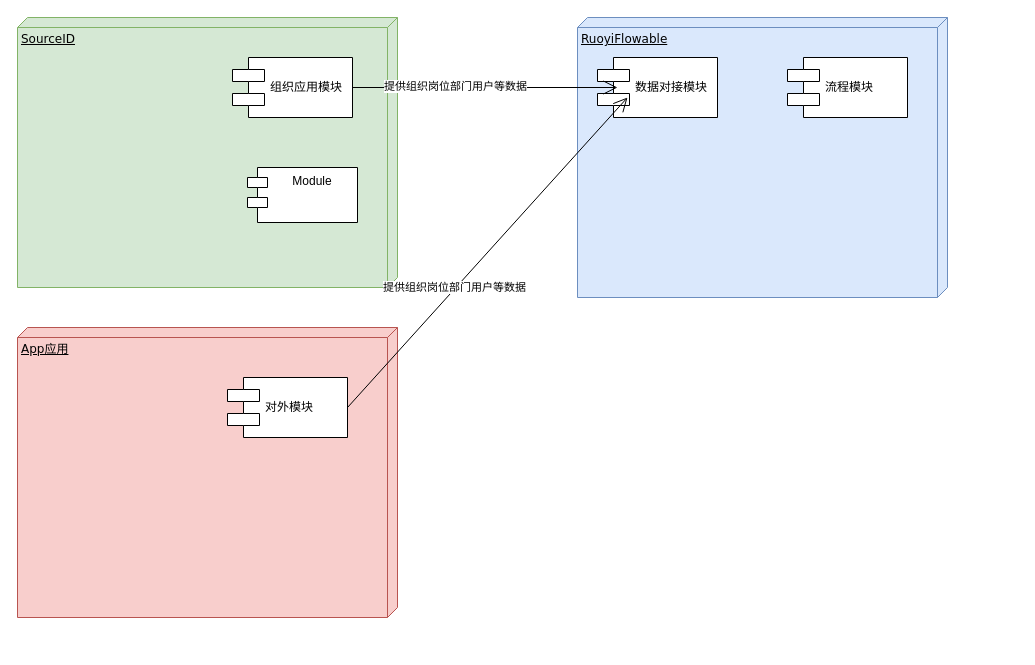
Before: Untitled Diagram.drawio in evilbinary/data, a draw.io diagram. Source tidied: cells renumbered, new cells numbered last; positions are measured from the earlier drawing's top-left corner, leaving out a move shared by most shapes. Both pictures are drawn from the tidied source at 100%, with x=0, y=0 at pixel (17, 17).
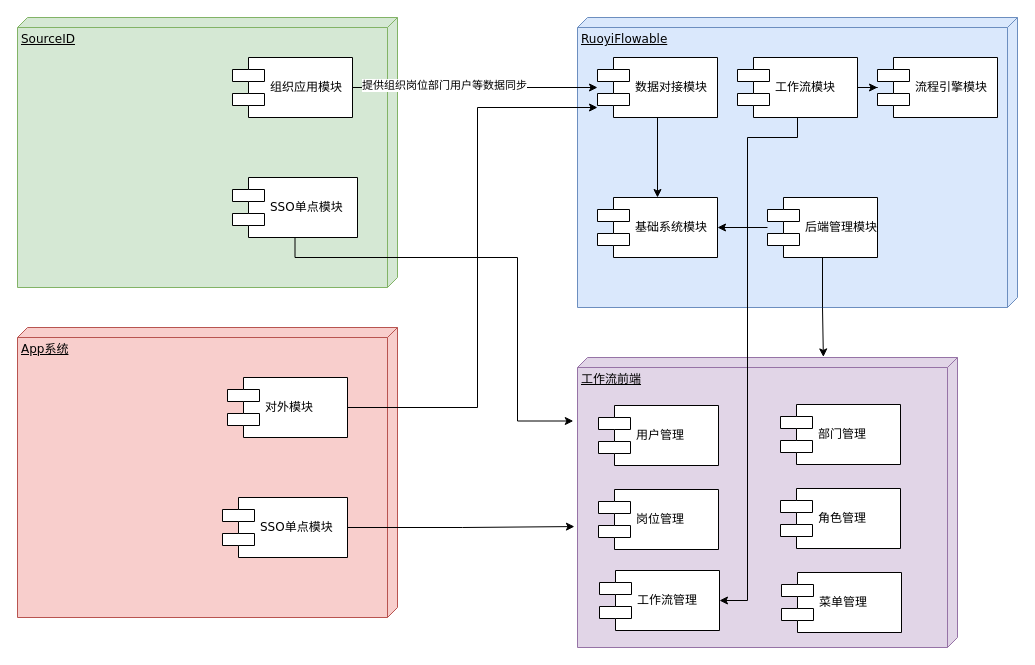
The same page after the edit.

Unchanged cells that the change refers to:
```xml
<mxCell id="5" value="组织应用模块" style="shape=component;align=left;spacingLeft=36;rounded=0;shadow=0;comic=0;labelBackgroundColor=none;strokeWidth=1;fontFamily=Verdana;fontSize=12;html=1;" parent="1" vertex="1">
  <mxGeometry x="215" y="40" width="120" height="60" as="geometry" />
</mxCell>
<mxCell id="7" value="对外模块" style="shape=component;align=left;spacingLeft=36;rounded=0;shadow=0;comic=0;labelBackgroundColor=none;strokeWidth=1;fontFamily=Verdana;fontSize=12;html=1;" parent="1" vertex="1">
  <mxGeometry x="210" y="360" width="120" height="60" as="geometry" />
</mxCell>
<mxCell id="9" value="数据对接模块" style="shape=component;align=left;spacingLeft=36;rounded=0;shadow=0;comic=0;labelBackgroundColor=none;strokeWidth=1;fontFamily=Verdana;fontSize=12;html=1;" parent="1" vertex="1">
  <mxGeometry x="580" y="40" width="120" height="60" as="geometry" />
</mxCell>
```

Diff of the diagram source:
```diff
@@
     <mxCell id="3" value="RuoyiFlowable" style="verticalAlign=top;align=left;spacingTop=8;spacingLeft=2;spacingRight=12;shape=cube;size=10;direction=south;fontStyle=4;html=1;rounded=0;shadow=0;comic=0;labelBackgroundColor=none;strokeWidth=1;fontFamily=Verdana;fontSize=12;fillColor=#dae8fc;strokeColor=#6c8ebf;" parent="1" vertex="1">
-      <mxGeometry x="560" width="370" height="280" as="geometry" />
+      <mxGeometry x="560" width="440" height="290" as="geometry" />
     </mxCell>
-    <mxCell id="4" value="App应用" style="verticalAlign=top;align=left;spacingTop=8;spacingLeft=2;spacingRight=12;shape=cube;size=10;direction=south;fontStyle=4;html=1;rounded=0;shadow=0;comic=0;labelBackgroundColor=none;strokeWidth=1;fontFamily=Verdana;fontSize=12;fillColor=#f8cecc;strokeColor=#b85450;" parent="1" vertex="1">
+    <mxCell id="4" value="App系统" style="verticalAlign=top;align=left;spacingTop=8;spacingLeft=2;spacingRight=12;shape=cube;size=10;direction=south;fontStyle=4;html=1;rounded=0;shadow=0;comic=0;labelBackgroundColor=none;strokeWidth=1;fontFamily=Verdana;fontSize=12;fillColor=#f8cecc;strokeColor=#b85450;" parent="1" vertex="1">
       <mxGeometry y="310" width="380" height="290" as="geometry" />
     </mxCell>
+    <mxCell id="15" style="edgeStyle=orthogonalEdgeStyle;rounded=0;jettySize=auto;html=1;" parent="1" edge="1" source="5" target="9">
+      <mxGeometry relative="1" as="geometry" />
+    </mxCell>
+    <mxCell id="16" value="提供组织岗位部门用户等数据同步" style="edgeLabel;html=1;align=center;verticalAlign=middle;" parent="15" vertex="1">
+      <mxGeometry x="-0.26" y="3" relative="1" as="geometry" />
+    </mxCell>
@@
+    <mxCell id="17" style="edgeStyle=orthogonalEdgeStyle;rounded=0;jettySize=auto;html=1;" parent="1" edge="1" source="6" target="30">
+      <mxGeometry relative="1" as="geometry" />
+    </mxCell>
-    <mxCell id="6" value="流程模块" style="shape=component;align=left;spacingLeft=36;rounded=0;shadow=0;comic=0;labelBackgroundColor=none;strokeWidth=1;fontFamily=Verdana;fontSize=12;html=1;" parent="1" vertex="1">
-      <mxGeometry x="770" y="40" width="120" height="60" as="geometry" />
+    <mxCell id="6" value="工作流模块" style="shape=component;align=left;spacingLeft=36;rounded=0;shadow=0;comic=0;labelBackgroundColor=none;strokeWidth=1;fontFamily=Verdana;fontSize=12;html=1;" parent="1" vertex="1">
+      <mxGeometry x="720" y="40" width="120" height="60" as="geometry" />
     </mxCell>
+    <mxCell id="18" style="edgeStyle=orthogonalEdgeStyle;rounded=0;jettySize=auto;html=1;" parent="1" edge="1" source="7" target="9">
+      <mxGeometry relative="1" as="geometry">
+        <Array as="points">
+          <mxPoint x="460" y="390" />
+          <mxPoint x="460" y="90" />
+        </Array>
+      </mxGeometry>
+    </mxCell>
@@
-    <mxCell id="8" value="Module" style="shape=module;align=left;spacingLeft=20;align=center;verticalAlign=top;" parent="1" vertex="1">
-      <mxGeometry x="230" y="150" width="110" height="55" as="geometry" />
-    </mxCell>
+    <mxCell id="19" style="edgeStyle=orthogonalEdgeStyle;rounded=0;jettySize=auto;html=1;" parent="1" edge="1" source="9" target="20">
+      <mxGeometry relative="1" as="geometry" />
+    </mxCell>
@@
-    <mxCell id="11" style="endArrow=open;endFill=1;endSize=12;html=1;rounded=0;exitX=1;exitY=0.5;exitDx=0;exitDy=0;" parent="1" edge="1" source="5">
-      <mxGeometry relative="1" as="geometry">
-        <mxPoint x="600" y="70" as="targetPoint" />
-      </mxGeometry>
-    </mxCell>
-    <mxCell id="12" value="提供组织岗位部门用户等数据" style="edgeLabel;html=1;align=center;verticalAlign=middle;" parent="11" vertex="1">
-      <mxGeometry x="-0.23" y="2" relative="1" as="geometry" />
-    </mxCell>
-    <mxCell id="13" style="endArrow=open;endFill=1;endSize=12;html=1;rounded=0;exitX=1;exitY=0.5;exitDx=0;exitDy=0;" parent="1" edge="1" source="7">
-      <mxGeometry relative="1" as="geometry">
-        <mxPoint x="610" y="80" as="targetPoint" />
-      </mxGeometry>
-    </mxCell>
-    <mxCell id="14" value="提供组织岗位部门用户等数据" style="edgeLabel;html=1;align=center;verticalAlign=middle;" parent="13" vertex="1">
-      <mxGeometry x="-0.23" y="2" relative="1" as="geometry" />
-    </mxCell>
+    <mxCell id="20" value="基础系统模块" style="shape=component;align=left;spacingLeft=36;rounded=0;shadow=0;comic=0;labelBackgroundColor=none;strokeWidth=1;fontFamily=Verdana;fontSize=12;html=1;" parent="1" vertex="1">
+      <mxGeometry x="580" y="180" width="120" height="60" as="geometry" />
+    </mxCell>
+    <mxCell id="21" style="edgeStyle=orthogonalEdgeStyle;rounded=0;jettySize=auto;html=1;entryX=1;entryY=0.5;entryDx=0;entryDy=0;" parent="1" edge="1" source="22" target="20">
+      <mxGeometry relative="1" as="geometry" />
+    </mxCell>
+    <mxCell id="22" value="后端管理模块" style="shape=component;align=left;spacingLeft=36;rounded=0;shadow=0;comic=0;labelBackgroundColor=none;strokeWidth=1;fontFamily=Verdana;fontSize=12;html=1;" parent="1" vertex="1">
+      <mxGeometry x="750" y="180" width="110" height="60" as="geometry" />
+    </mxCell>
+    <mxCell id="23" value="工作流前端" style="verticalAlign=top;align=left;spacingTop=8;spacingLeft=2;spacingRight=12;shape=cube;size=10;direction=south;fontStyle=4;html=1;rounded=0;shadow=0;comic=0;labelBackgroundColor=none;strokeWidth=1;fontFamily=Verdana;fontSize=12;fillColor=#e1d5e7;strokeColor=#9673a6;" parent="1" vertex="1">
+      <mxGeometry x="560" y="340" width="380" height="290" as="geometry" />
+    </mxCell>
+    <mxCell id="24" value="用户管理" style="shape=component;align=left;spacingLeft=36;rounded=0;shadow=0;comic=0;labelBackgroundColor=none;strokeWidth=1;fontFamily=Verdana;fontSize=12;html=1;" parent="1" vertex="1">
+      <mxGeometry x="581" y="388" width="120" height="60" as="geometry" />
+    </mxCell>
+    <mxCell id="25" value="部门管理" style="shape=component;align=left;spacingLeft=36;rounded=0;shadow=0;comic=0;labelBackgroundColor=none;strokeWidth=1;fontFamily=Verdana;fontSize=12;html=1;" parent="1" vertex="1">
+      <mxGeometry x="763" y="387" width="120" height="60" as="geometry" />
+    </mxCell>
+    <mxCell id="26" value="岗位管理" style="shape=component;align=left;spacingLeft=36;rounded=0;shadow=0;comic=0;labelBackgroundColor=none;strokeWidth=1;fontFamily=Verdana;fontSize=12;html=1;" parent="1" vertex="1">
+      <mxGeometry x="581" y="472" width="120" height="60" as="geometry" />
+    </mxCell>
+    <mxCell id="27" value="角色管理" style="shape=component;align=left;spacingLeft=36;rounded=0;shadow=0;comic=0;labelBackgroundColor=none;strokeWidth=1;fontFamily=Verdana;fontSize=12;html=1;" parent="1" vertex="1">
+      <mxGeometry x="763" y="471" width="120" height="60" as="geometry" />
+    </mxCell>
+    <mxCell id="28" value="工作流管理" style="shape=component;align=left;spacingLeft=36;rounded=0;shadow=0;comic=0;labelBackgroundColor=none;strokeWidth=1;fontFamily=Verdana;fontSize=12;html=1;" parent="1" vertex="1">
+      <mxGeometry x="582" y="553" width="120" height="60" as="geometry" />
+    </mxCell>
+    <mxCell id="29" value="菜单管理" style="shape=component;align=left;spacingLeft=36;rounded=0;shadow=0;comic=0;labelBackgroundColor=none;strokeWidth=1;fontFamily=Verdana;fontSize=12;html=1;" parent="1" vertex="1">
+      <mxGeometry x="764" y="555" width="120" height="60" as="geometry" />
+    </mxCell>
+    <mxCell id="30" value="流程引擎模块" style="shape=component;align=left;spacingLeft=36;rounded=0;shadow=0;comic=0;labelBackgroundColor=none;strokeWidth=1;fontFamily=Verdana;fontSize=12;html=1;" parent="1" vertex="1">
+      <mxGeometry x="860" y="40" width="120" height="60" as="geometry" />
+    </mxCell>
+    <mxCell id="31" style="edgeStyle=orthogonalEdgeStyle;rounded=0;jettySize=auto;html=1;entryX=0.219;entryY=1.011;entryDx=0;entryDy=0;entryPerimeter=0;" parent="1" edge="1" source="32" target="23">
+      <mxGeometry relative="1" as="geometry">
+        <Array as="points">
+          <mxPoint x="278" y="240" />
+          <mxPoint x="500" y="240" />
+          <mxPoint x="500" y="404" />
+        </Array>
+      </mxGeometry>
+    </mxCell>
+    <mxCell id="32" value="SSO单点模块" style="shape=component;align=left;spacingLeft=36;rounded=0;shadow=0;comic=0;labelBackgroundColor=none;strokeWidth=1;fontFamily=Verdana;fontSize=12;html=1;" parent="1" vertex="1">
+      <mxGeometry x="215" y="160" width="125" height="60" as="geometry" />
+    </mxCell>
+    <mxCell id="33" style="edgeStyle=orthogonalEdgeStyle;rounded=0;jettySize=auto;html=1;" parent="1" edge="1" source="6" target="28">
+      <mxGeometry relative="1" as="geometry">
+        <Array as="points">
+          <mxPoint x="780" y="120" />
+          <mxPoint x="730" y="120" />
+          <mxPoint x="730" y="583" />
+        </Array>
+      </mxGeometry>
+    </mxCell>
+    <mxCell id="34" style="edgeStyle=orthogonalEdgeStyle;rounded=0;jettySize=auto;html=1;entryX=-0.002;entryY=0.353;entryDx=0;entryDy=0;entryPerimeter=0;" parent="1" edge="1" source="22" target="23">
+      <mxGeometry relative="1" as="geometry" />
+    </mxCell>
+    <mxCell id="35" style="edgeStyle=orthogonalEdgeStyle;rounded=0;jettySize=auto;html=1;entryX=0.583;entryY=1.008;entryDx=0;entryDy=0;entryPerimeter=0;" parent="1" edge="1" source="36" target="23">
+      <mxGeometry relative="1" as="geometry" />
+    </mxCell>
+    <mxCell id="36" value="SSO单点模块" style="shape=component;align=left;spacingLeft=36;rounded=0;shadow=0;comic=0;labelBackgroundColor=none;strokeWidth=1;fontFamily=Verdana;fontSize=12;html=1;" parent="1" vertex="1">
+      <mxGeometry x="205" y="480" width="125" height="60" as="geometry" />
+    </mxCell>
```
